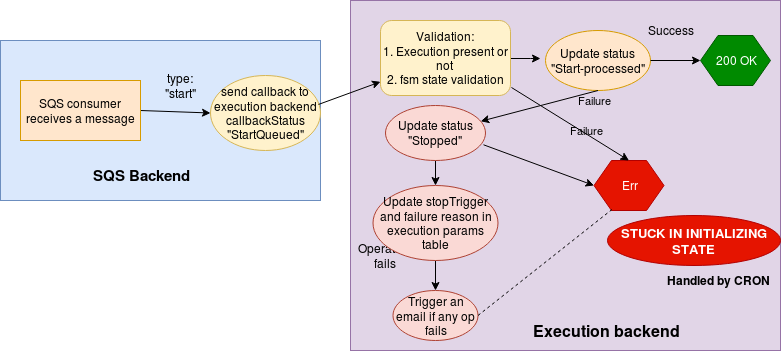
This is start_queue_processing.png from prodipta/blueshift-resouce, a draw.io export, as it was before one commit. Source tidied: cells renumbered, new cells last; positions are measured from the earlier drawing's top-left corner, leaving out a move shared by most shapes.
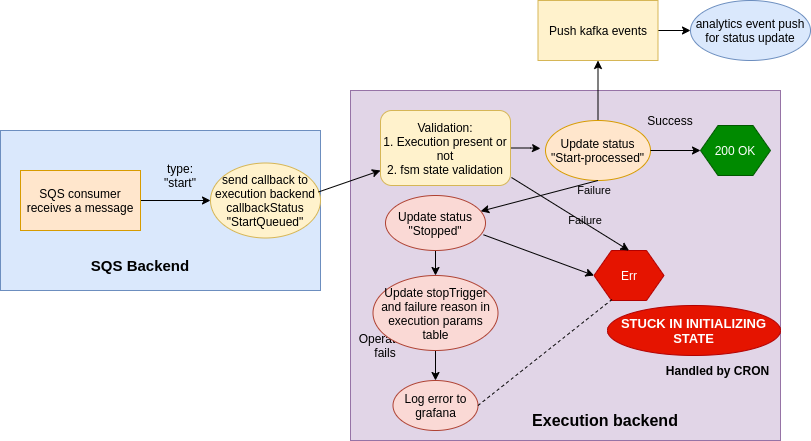
The same file after the commit.

What changed in the source:
```diff
@@ -18,7 +18,7 @@
       <mxGeometry x="20" y="80" width="120" height="60" as="geometry" />
     </mxCell>
     <mxCell id="7" value="&lt;div&gt;send callback to execution backend callbackStatus &quot;StartQueued&quot;&lt;/div&gt;" style="ellipse;whiteSpace=wrap;html=1;fillColor=#fff2cc;strokeColor=#d6b656;" parent="1" vertex="1">
-      <mxGeometry x="210" y="75" width="110" height="75" as="geometry" />
+      <mxGeometry x="210" y="72.5" width="110" height="75" as="geometry" />
     </mxCell>
     <mxCell id="8" value="SQS Backend" style="text;html=1;strokeColor=none;fillColor=none;align=center;verticalAlign=middle;whiteSpace=wrap;rounded=0;fontStyle=1;fontSize=15;" parent="1" vertex="1">
       <mxGeometry x="85" y="165" width="110" height="20" as="geometry" />
@@ -49,7 +49,7 @@
     <mxCell id="16" value="Operation fails" style="text;html=1;strokeColor=none;fillColor=none;align=center;verticalAlign=middle;whiteSpace=wrap;rounded=0;" parent="1" vertex="1">
       <mxGeometry x="350" y="245" width="70" height="20" as="geometry" />
     </mxCell>
-    <mxCell id="17" value="Trigger an email if any op fails" style="ellipse;whiteSpace=wrap;html=1;fillColor=#fad9d5;strokeColor=#ae4132;" parent="1" vertex="1">
+    <mxCell id="17" value="Log error to grafana" style="ellipse;whiteSpace=wrap;html=1;fillColor=#fad9d5;strokeColor=#ae4132;" parent="1" vertex="1">
       <mxGeometry x="392.5" y="290" width="85" height="50" as="geometry" />
     </mxCell>
     <mxCell id="18" value="STUCK IN INITIALIZING STATE" style="ellipse;whiteSpace=wrap;html=1;fillColor=#e51400;strokeColor=#B20000;fontColor=#ffffff;fontStyle=1;fontSize=13;" parent="1" vertex="1">
@@ -58,6 +58,9 @@
     <mxCell id="19" style="endArrow=none;dashed=1;html=1;exitX=1;exitY=0.5;exitDx=0;exitDy=0;entryX=0.257;entryY=0.98;entryDx=0;entryDy=0;entryPerimeter=0;" parent="1" edge="1" source="17" target="15">
       <mxGeometry relative="1" as="geometry" />
     </mxCell>
+    <mxCell id="32" style="edgeStyle=orthogonalEdgeStyle;rounded=0;jettySize=auto;html=1;" parent="1" edge="1" source="20" target="34">
+      <mxGeometry relative="1" as="geometry" />
+    </mxCell>
     <mxCell id="20" value="Update status &quot;Start-processed&quot;" style="ellipse;whiteSpace=wrap;html=1;fillColor=#ffe6cc;strokeColor=#d79b00;" parent="1" vertex="1">
       <mxGeometry x="545" y="30" width="105" height="60" as="geometry" />
     </mxCell>
@@ -98,5 +101,14 @@
     <mxCell id="31" value="Update stopTrigger and failure reason in execution params table" style="ellipse;whiteSpace=wrap;html=1;fillColor=#fad9d5;strokeColor=#ae4132;" parent="1" vertex="1">
       <mxGeometry x="372.5" y="185" width="125" height="75" as="geometry" />
     </mxCell>
+    <mxCell id="33" style="edgeStyle=orthogonalEdgeStyle;rounded=0;jettySize=auto;html=1;" parent="1" edge="1" source="34" target="35">
+      <mxGeometry relative="1" as="geometry" />
+    </mxCell>
+    <mxCell id="34" value="Push kafka events" style="whiteSpace=wrap;html=1;strokeColor=#d6b656;fillColor=#fff2cc;" parent="1" vertex="1">
+      <mxGeometry x="537.5" y="-90" width="120" height="60" as="geometry" />
+    </mxCell>
+    <mxCell id="35" value="analytics event push for status update" style="ellipse;whiteSpace=wrap;html=1;strokeColor=#6c8ebf;fillColor=#dae8fc;" parent="1" vertex="1">
+      <mxGeometry x="690" y="-90" width="120" height="60" as="geometry" />
+    </mxCell>
   </root>
 </mxGraphModel>
```
